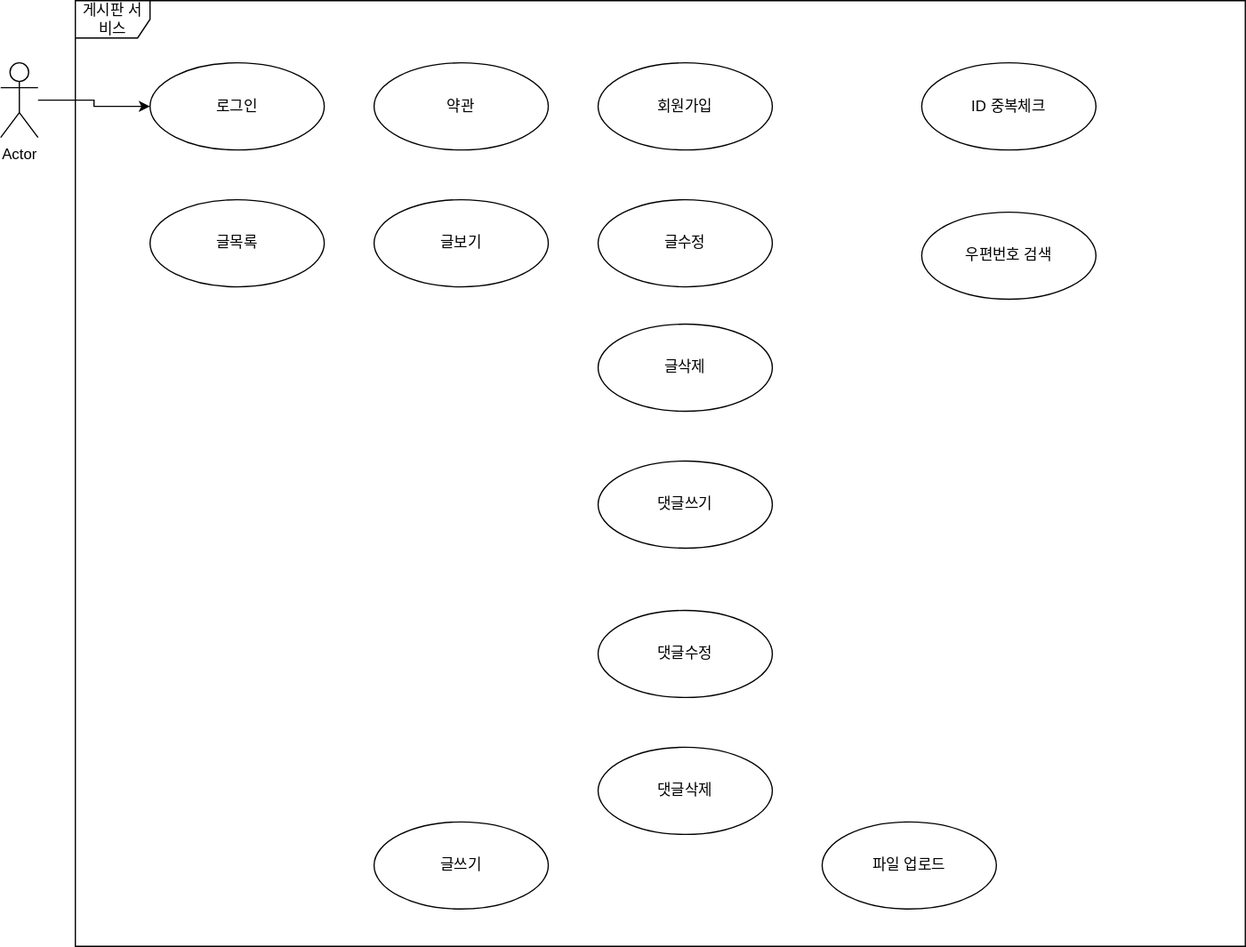
Earlier version of the draw.io export jBoard1/게시판 유스케이스.svg (vhfl1/JSP). Source tidied: cells renumbered, new cells last; positions are measured from the earlier drawing's top-left corner, leaving out a move shared by most shapes. The source it was exported from:
```xml
<mxGraphModel background="#ffffff">
  <root>
    <mxCell id="0" />
    <mxCell id="1" parent="0" />
    <mxCell id="2" style="edgeStyle=orthogonalEdgeStyle;rounded=0;jettySize=auto;html=1;" parent="1" edge="1" source="3" target="5">
      <mxGeometry relative="1" as="geometry" />
    </mxCell>
    <mxCell id="3" value="Actor" style="shape=umlActor;verticalLabelPosition=bottom;verticalAlign=top;html=1;outlineConnect=0;" parent="1" vertex="1">
      <mxGeometry y="50" width="30" height="60" as="geometry" />
    </mxCell>
    <mxCell id="4" value="게시판 서비스" style="shape=umlFrame;whiteSpace=wrap;html=1;" parent="1" vertex="1">
      <mxGeometry x="60" width="940" height="760" as="geometry" />
    </mxCell>
    <mxCell id="5" value="로그인" style="ellipse;whiteSpace=wrap;html=1;" parent="1" vertex="1">
      <mxGeometry x="120" y="50" width="140" height="70" as="geometry" />
    </mxCell>
    <mxCell id="6" value="글목록" style="ellipse;whiteSpace=wrap;html=1;" parent="1" vertex="1">
      <mxGeometry x="120" y="160" width="140" height="70" as="geometry" />
    </mxCell>
    <mxCell id="7" value="약관" style="ellipse;whiteSpace=wrap;html=1;" parent="1" vertex="1">
      <mxGeometry x="300" y="50" width="140" height="70" as="geometry" />
    </mxCell>
    <mxCell id="8" value="글보기" style="ellipse;whiteSpace=wrap;html=1;" parent="1" vertex="1">
      <mxGeometry x="300" y="160" width="140" height="70" as="geometry" />
    </mxCell>
    <mxCell id="9" value="글삭제" style="ellipse;whiteSpace=wrap;html=1;" parent="1" vertex="1">
      <mxGeometry x="480" y="260" width="140" height="70" as="geometry" />
    </mxCell>
    <mxCell id="10" value="글수정" style="ellipse;whiteSpace=wrap;html=1;" parent="1" vertex="1">
      <mxGeometry x="480" y="160" width="140" height="70" as="geometry" />
    </mxCell>
    <mxCell id="11" value="댓글쓰기" style="ellipse;whiteSpace=wrap;html=1;" parent="1" vertex="1">
      <mxGeometry x="480" y="370" width="140" height="70" as="geometry" />
    </mxCell>
    <mxCell id="12" value="댓글수정" style="ellipse;whiteSpace=wrap;html=1;" parent="1" vertex="1">
      <mxGeometry x="480" y="490" width="140" height="70" as="geometry" />
    </mxCell>
    <mxCell id="13" value="댓글삭제" style="ellipse;whiteSpace=wrap;html=1;" parent="1" vertex="1">
      <mxGeometry x="480" y="600" width="140" height="70" as="geometry" />
    </mxCell>
    <mxCell id="14" value="회원가입" style="ellipse;whiteSpace=wrap;html=1;" parent="1" vertex="1">
      <mxGeometry x="480" y="50" width="140" height="70" as="geometry" />
    </mxCell>
    <mxCell id="15" value="ID 중복체크" style="ellipse;whiteSpace=wrap;html=1;" parent="1" vertex="1">
      <mxGeometry x="740" y="50" width="140" height="70" as="geometry" />
    </mxCell>
    <mxCell id="16" value="우편번호 검색" style="ellipse;whiteSpace=wrap;html=1;" parent="1" vertex="1">
      <mxGeometry x="740" y="170" width="140" height="70" as="geometry" />
    </mxCell>
    <mxCell id="17" value="글쓰기" style="ellipse;whiteSpace=wrap;html=1;" parent="1" vertex="1">
      <mxGeometry x="300" y="660" width="140" height="70" as="geometry" />
    </mxCell>
    <mxCell id="18" value="파일 업로드" style="ellipse;whiteSpace=wrap;html=1;" parent="1" vertex="1">
      <mxGeometry x="660" y="660" width="140" height="70" as="geometry" />
    </mxCell>
  </root>
</mxGraphModel>
```
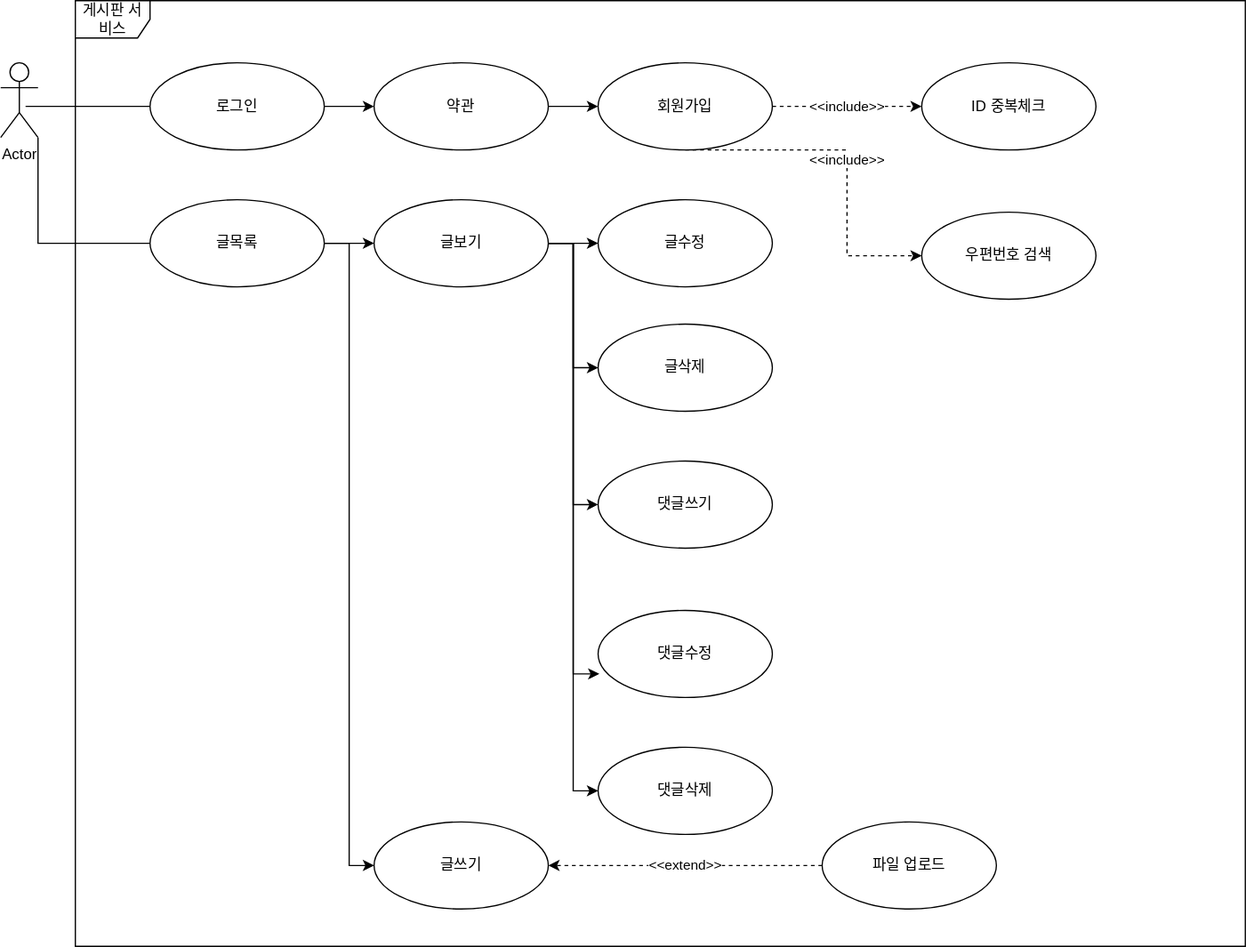
Above is the later version.

Commit message:
1017 게시판 유스케이스

The edit, as a diff of the source:
```diff
@@ -2,24 +2,56 @@
   <root>
     <mxCell id="0" />
     <mxCell id="1" parent="0" />
-    <mxCell id="2" style="edgeStyle=orthogonalEdgeStyle;rounded=0;jettySize=auto;html=1;" parent="1" edge="1" source="3" target="5">
-      <mxGeometry relative="1" as="geometry" />
+    <mxCell id="2" style="edgeStyle=orthogonalEdgeStyle;rounded=0;jettySize=auto;html=1;endArrow=none;endFill=0;" parent="1" edge="1" target="5">
+      <mxGeometry relative="1" as="geometry">
+        <mxPoint x="20" y="85" as="sourcePoint" />
+      </mxGeometry>
     </mxCell>
+    <mxCell id="19" style="edgeStyle=orthogonalEdgeStyle;rounded=0;jettySize=auto;html=1;endArrow=none;endFill=0;entryX=0;entryY=0.5;entryDx=0;entryDy=0;exitX=1;exitY=1;exitDx=0;exitDy=0;exitPerimeter=0;" parent="1" edge="1" source="3" target="6">
+      <mxGeometry relative="1" as="geometry" />
+    </mxCell>
     <mxCell id="3" value="Actor" style="shape=umlActor;verticalLabelPosition=bottom;verticalAlign=top;html=1;outlineConnect=0;" parent="1" vertex="1">
       <mxGeometry y="50" width="30" height="60" as="geometry" />
     </mxCell>
     <mxCell id="4" value="게시판 서비스" style="shape=umlFrame;whiteSpace=wrap;html=1;" parent="1" vertex="1">
       <mxGeometry x="60" width="940" height="760" as="geometry" />
     </mxCell>
+    <mxCell id="20" style="edgeStyle=orthogonalEdgeStyle;rounded=0;jettySize=auto;html=1;entryX=0;entryY=0.5;entryDx=0;entryDy=0;endArrow=classic;endFill=1;" parent="1" edge="1" source="5" target="7">
+      <mxGeometry relative="1" as="geometry" />
+    </mxCell>
     <mxCell id="5" value="로그인" style="ellipse;whiteSpace=wrap;html=1;" parent="1" vertex="1">
       <mxGeometry x="120" y="50" width="140" height="70" as="geometry" />
     </mxCell>
+    <mxCell id="21" style="edgeStyle=orthogonalEdgeStyle;rounded=0;jettySize=auto;html=1;entryX=0;entryY=0.5;entryDx=0;entryDy=0;endArrow=classic;endFill=1;" parent="1" edge="1" source="6" target="8">
+      <mxGeometry relative="1" as="geometry" />
+    </mxCell>
+    <mxCell id="22" style="edgeStyle=orthogonalEdgeStyle;rounded=0;jettySize=auto;html=1;entryX=0;entryY=0.5;entryDx=0;entryDy=0;endArrow=classic;endFill=1;" parent="1" edge="1" source="6" target="17">
+      <mxGeometry relative="1" as="geometry" />
+    </mxCell>
     <mxCell id="6" value="글목록" style="ellipse;whiteSpace=wrap;html=1;" parent="1" vertex="1">
       <mxGeometry x="120" y="160" width="140" height="70" as="geometry" />
     </mxCell>
+    <mxCell id="23" style="edgeStyle=orthogonalEdgeStyle;rounded=0;jettySize=auto;html=1;endArrow=classic;endFill=1;" parent="1" edge="1" source="7" target="14">
+      <mxGeometry relative="1" as="geometry" />
+    </mxCell>
     <mxCell id="7" value="약관" style="ellipse;whiteSpace=wrap;html=1;" parent="1" vertex="1">
       <mxGeometry x="300" y="50" width="140" height="70" as="geometry" />
     </mxCell>
+    <mxCell id="24" style="edgeStyle=orthogonalEdgeStyle;rounded=0;jettySize=auto;html=1;entryX=0;entryY=0.5;entryDx=0;entryDy=0;endArrow=classic;endFill=1;" parent="1" edge="1" source="8" target="10">
+      <mxGeometry relative="1" as="geometry" />
+    </mxCell>
+    <mxCell id="25" style="edgeStyle=orthogonalEdgeStyle;rounded=0;jettySize=auto;html=1;entryX=0;entryY=0.5;entryDx=0;entryDy=0;endArrow=classic;endFill=1;" parent="1" edge="1" source="8" target="9">
+      <mxGeometry relative="1" as="geometry" />
+    </mxCell>
+    <mxCell id="26" style="edgeStyle=orthogonalEdgeStyle;rounded=0;jettySize=auto;html=1;entryX=0;entryY=0.5;entryDx=0;entryDy=0;endArrow=classic;endFill=1;" parent="1" edge="1" source="8" target="11">
+      <mxGeometry relative="1" as="geometry" />
+    </mxCell>
+    <mxCell id="27" style="edgeStyle=orthogonalEdgeStyle;rounded=0;jettySize=auto;html=1;entryX=0.007;entryY=0.729;entryDx=0;entryDy=0;entryPerimeter=0;endArrow=classic;endFill=1;" parent="1" edge="1" source="8" target="12">
+      <mxGeometry relative="1" as="geometry" />
+    </mxCell>
+    <mxCell id="28" style="edgeStyle=orthogonalEdgeStyle;rounded=0;jettySize=auto;html=1;entryX=0;entryY=0.5;entryDx=0;entryDy=0;endArrow=classic;endFill=1;" parent="1" edge="1" source="8" target="13">
+      <mxGeometry relative="1" as="geometry" />
+    </mxCell>
     <mxCell id="8" value="글보기" style="ellipse;whiteSpace=wrap;html=1;" parent="1" vertex="1">
       <mxGeometry x="300" y="160" width="140" height="70" as="geometry" />
     </mxCell>
@@ -38,6 +70,17 @@
     <mxCell id="13" value="댓글삭제" style="ellipse;whiteSpace=wrap;html=1;" parent="1" vertex="1">
       <mxGeometry x="480" y="600" width="140" height="70" as="geometry" />
     </mxCell>
+    <mxCell id="29" value="&amp;lt;&amp;lt;include&amp;gt;&amp;gt;" style="edgeStyle=orthogonalEdgeStyle;rounded=0;jettySize=auto;html=1;endArrow=classic;endFill=1;dashed=1;" parent="1" edge="1" source="14" target="15">
+      <mxGeometry relative="1" as="geometry" />
+    </mxCell>
+    <mxCell id="30" value="&amp;lt;&amp;lt;include&amp;gt;&amp;gt;" style="edgeStyle=orthogonalEdgeStyle;rounded=0;jettySize=auto;html=1;entryX=0;entryY=0.5;entryDx=0;entryDy=0;dashed=1;endArrow=classic;endFill=1;" parent="1" edge="1" source="14" target="16">
+      <mxGeometry relative="1" as="geometry">
+        <Array as="points">
+          <mxPoint x="680" y="120" />
+          <mxPoint x="680" y="205" />
+        </Array>
+      </mxGeometry>
+    </mxCell>
     <mxCell id="14" value="회원가입" style="ellipse;whiteSpace=wrap;html=1;" parent="1" vertex="1">
       <mxGeometry x="480" y="50" width="140" height="70" as="geometry" />
     </mxCell>
@@ -50,6 +93,9 @@
     <mxCell id="17" value="글쓰기" style="ellipse;whiteSpace=wrap;html=1;" parent="1" vertex="1">
       <mxGeometry x="300" y="660" width="140" height="70" as="geometry" />
     </mxCell>
+    <mxCell id="31" value="&amp;lt;&amp;lt;extend&amp;gt;&amp;gt;" style="edgeStyle=orthogonalEdgeStyle;rounded=0;jettySize=auto;html=1;dashed=1;endArrow=classic;endFill=1;" parent="1" edge="1" source="18" target="17">
+      <mxGeometry relative="1" as="geometry" />
+    </mxCell>
     <mxCell id="18" value="파일 업로드" style="ellipse;whiteSpace=wrap;html=1;" parent="1" vertex="1">
       <mxGeometry x="660" y="660" width="140" height="70" as="geometry" />
     </mxCell>
```
